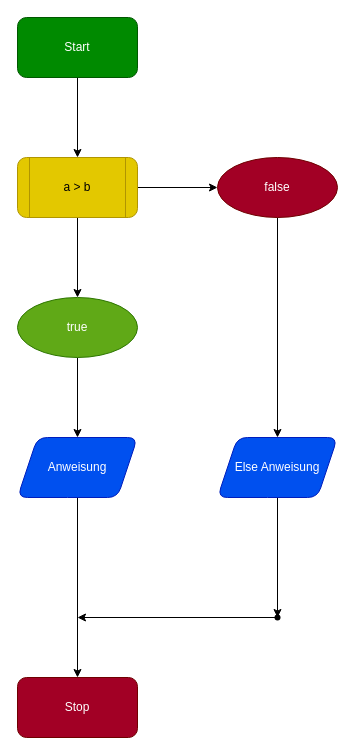
CC-Crazy-Students-Community/03_Entscheidungsstrukturen keeps this draw.io diagram as page "IF ELSE Statement" (2 of 3) of pap.drawio. Above is the earlier version. Source tidied: cells renumbered, new cells numbered last; positions are measured from the earlier drawing's top-left corner, leaving out a move shared by most shapes. Both pictures are drawn from the tidied source at 100%, with x=0, y=0 at pixel (17, 17).
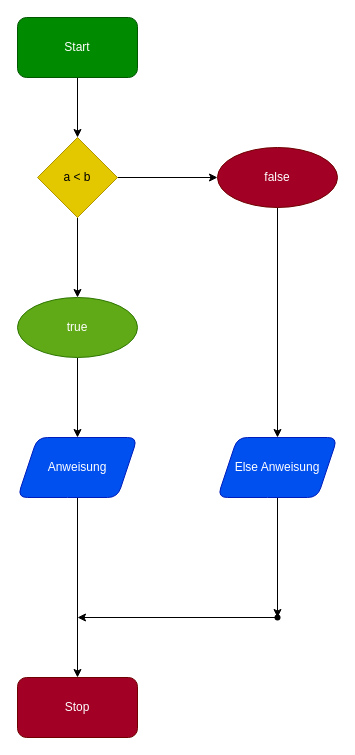
The same diagram, later.

Change to the diagram source:
```diff
@@
 <mxGraphModel>
   <root>
     <mxCell id="0" />
     <mxCell id="1" parent="0" />
-    <mxCell id="2" style="edgeStyle=none;html=1;" parent="1" edge="1" source="3" target="7">
-      <mxGeometry relative="1" as="geometry" />
-    </mxCell>
+    <mxCell id="18" style="edgeStyle=none;html=1;" parent="1" edge="1" source="3" target="21">
+      <mxGeometry relative="1" as="geometry" />
+    </mxCell>
     <mxCell id="3" value="Start" style="rounded=1;whiteSpace=wrap;html=1;fillColor=#008a00;fontColor=#ffffff;strokeColor=#005700;" parent="1" vertex="1">
       <mxGeometry width="120" height="60" as="geometry" />
     </mxCell>
     <mxCell id="4" value="Stop" style="rounded=1;whiteSpace=wrap;html=1;fillColor=#a20025;fontColor=#ffffff;strokeColor=#6F0000;" parent="1" vertex="1">
       <mxGeometry y="660" width="120" height="60" as="geometry" />
     </mxCell>
-    <mxCell id="5" style="edgeStyle=none;html=1;" parent="1" edge="1" source="7" target="9">
-      <mxGeometry relative="1" as="geometry" />
-    </mxCell>
-    <mxCell id="6" style="edgeStyle=none;html=1;" parent="1" edge="1" source="7" target="13">
-      <mxGeometry relative="1" as="geometry" />
-    </mxCell>
-    <mxCell id="7" value="a &amp;gt; b" style="shape=process;whiteSpace=wrap;html=1;backgroundOutline=1;rounded=1;fillColor=#e3c800;fontColor=#000000;strokeColor=#B09500;" parent="1" vertex="1">
-      <mxGeometry y="140" width="120" height="60" as="geometry" />
-    </mxCell>
     <mxCell id="8" style="edgeStyle=none;html=1;" parent="1" edge="1" source="9" target="11">
       <mxGeometry relative="1" as="geometry" />
     </mxCell>
     <mxCell id="9" value="true" style="ellipse;whiteSpace=wrap;html=1;rounded=1;fillColor=#60a917;strokeColor=#2D7600;fontColor=#ffffff;" parent="1" vertex="1">
       <mxGeometry y="280" width="120" height="60" as="geometry" />
     </mxCell>
     <mxCell id="10" style="edgeStyle=none;html=1;entryX=0.5;entryY=0;entryDx=0;entryDy=0;" parent="1" edge="1" source="11" target="4">
       <mxGeometry relative="1" as="geometry" />
     </mxCell>
     <mxCell id="11" value="Anweisung" style="shape=parallelogram;perimeter=parallelogramPerimeter;whiteSpace=wrap;html=1;fixedSize=1;rounded=1;fillColor=#0050ef;fontColor=#ffffff;strokeColor=#001DBC;" parent="1" vertex="1">
       <mxGeometry y="420" width="120" height="60" as="geometry" />
     </mxCell>
     <mxCell id="12" style="edgeStyle=none;html=1;" parent="1" edge="1" source="13" target="15">
       <mxGeometry relative="1" as="geometry" />
     </mxCell>
     <mxCell id="13" value="false" style="ellipse;whiteSpace=wrap;html=1;rounded=1;fillColor=#a20025;fontColor=#ffffff;strokeColor=#6F0000;" parent="1" vertex="1">
-      <mxGeometry x="200" y="140" width="120" height="60" as="geometry" />
+      <mxGeometry x="200" y="130" width="120" height="60" as="geometry" />
     </mxCell>
     <mxCell id="14" style="edgeStyle=none;html=1;" parent="1" edge="1" source="15" target="17">
       <mxGeometry relative="1" as="geometry" />
     </mxCell>
     <mxCell id="15" value="Else Anweisung" style="shape=parallelogram;perimeter=parallelogramPerimeter;whiteSpace=wrap;html=1;fixedSize=1;fillColor=#0050ef;strokeColor=#001DBC;fontColor=#ffffff;rounded=1;" parent="1" vertex="1">
       <mxGeometry x="200" y="420" width="120" height="60" as="geometry" />
     </mxCell>
     <mxCell id="16" style="edgeStyle=none;html=1;" parent="1" edge="1" source="17">
       <mxGeometry relative="1" as="geometry">
         <mxPoint x="60" y="600" as="targetPoint" />
       </mxGeometry>
     </mxCell>
     <mxCell id="17" style="shape=waypoint;sketch=0;size=6;points=[];perimeter=centerPerimeter;snapToPoint=1;rounded=1;" parent="1" vertex="1">
       <mxGeometry x="240" y="580" width="40" height="40" as="geometry" />
     </mxCell>
+    <mxCell id="19" style="edgeStyle=none;html=1;entryX=0.5;entryY=0;entryDx=0;entryDy=0;" parent="1" edge="1" source="21" target="9">
+      <mxGeometry relative="1" as="geometry" />
+    </mxCell>
+    <mxCell id="20" style="edgeStyle=none;html=1;" parent="1" edge="1" source="21" target="13">
+      <mxGeometry relative="1" as="geometry" />
+    </mxCell>
+    <mxCell id="21" value="a &amp;lt; b" style="rhombus;whiteSpace=wrap;html=1;fillColor=#e3c800;fontColor=#000000;strokeColor=#B09500;" parent="1" vertex="1">
+      <mxGeometry x="20" y="120" width="80" height="80" as="geometry" />
+    </mxCell>
   </root>
 </mxGraphModel>
```
